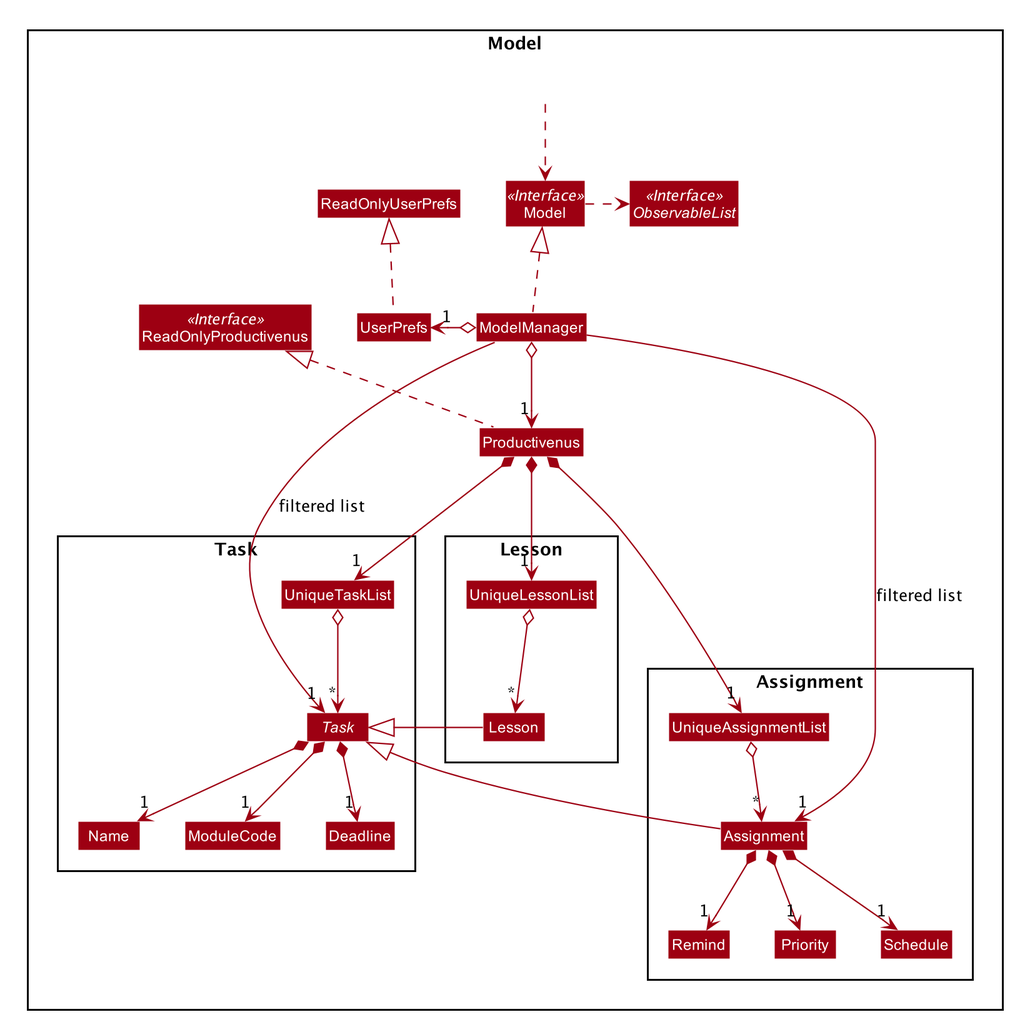
nus-cs2103-AY2021S1/tp keeps this PlantUML diagram as docs/images/ModelClassDiagram.png. Above is the earlier version.
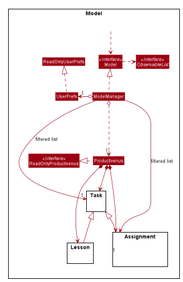
After the commit.

The edit, as a diff of the source:
```diff
@@ -1,4 +1,5 @@
 @startuml
+
 
 
 
@@ -51,7 +52,9 @@
 skinparam arrowColor #9D0012
 skinparam classBackgroundColor #9D0012
 
+
 Package Model <<Rectangle>>{
+scale 800*1000
 Interface ReadOnlyProductivenus <<Interface>>
 Interface Model <<Interface>>
 Interface ObservableList <<Interface>>
@@ -63,59 +66,36 @@
 Class ReadOnlyUserPrefs
 
 Package Assignment {
-Class Assignment
-Class Remind
-class Priority
-Class Schedule
-Class UniqueAssignmentList
+Class HiddenModel #FFFFFF
 }
 
 Package Lesson {
-class Lesson
-Class UniqueLessonList
+Class HiddenModel #FFFFFF
 }
 
 Package Task {
-abstract class Task
-Class Deadline
-Class Name
-Class ModuleCode
-Class UniqueTaskList
+Class HiddenModel #FFFFFF
 }
 
 Class HiddenOutside #FFFFFF
 HiddenOutside ..> Model
 
-Productivenus .up.|> ReadOnlyProductivenus
+Productivenus .left.|> ReadOnlyProductivenus
 
 ModelManager .up.|> Model
 Model .right.> ObservableList
-ModelManager o--> "1" Productivenus
+ModelManager o-.down-> "1" Productivenus
 ModelManager o-left-> "1" UserPrefs
 UserPrefs .up.|> ReadOnlyUserPrefs
 
-Productivenus *--> "1" UniqueAssignmentList
-UniqueAssignmentList o--> "*" Assignment
-Assignment *--> "1"Remind
-Assignment *--> "1"Schedule
-Assignment *--> "1"Priority
+Productivenus *-down-> Assignment
 
-Task <|-- Assignment
-Productivenus *--> "1" UniqueTaskList
-UniqueTaskList o--> "*" Task
-Task *--> "1"Name
-Task *--> "1"Deadline
-Task *--> "1"ModuleCode
+Task <|-up- Assignment
+Productivenus *--> Task
 
-Task <|-- Lesson
-Productivenus *--> "1" UniqueLessonList
-UniqueLessonList o--> "*" Lesson
+Task <|-up- Lesson
+Productivenus *--> Lesson
 
-Lesson -[hidden]right-> Task
-Name -[hidden]right-> ModuleCode
-ModuleCode -[hidden]right-> Deadline
-Deadline -[hidden]right-> Remind
-Remind -[hidden]right-> Priority
 ModelManager -->"1" Assignment : filtered list
 ModelManager -->"1" Task : filtered list
 @enduml
```
